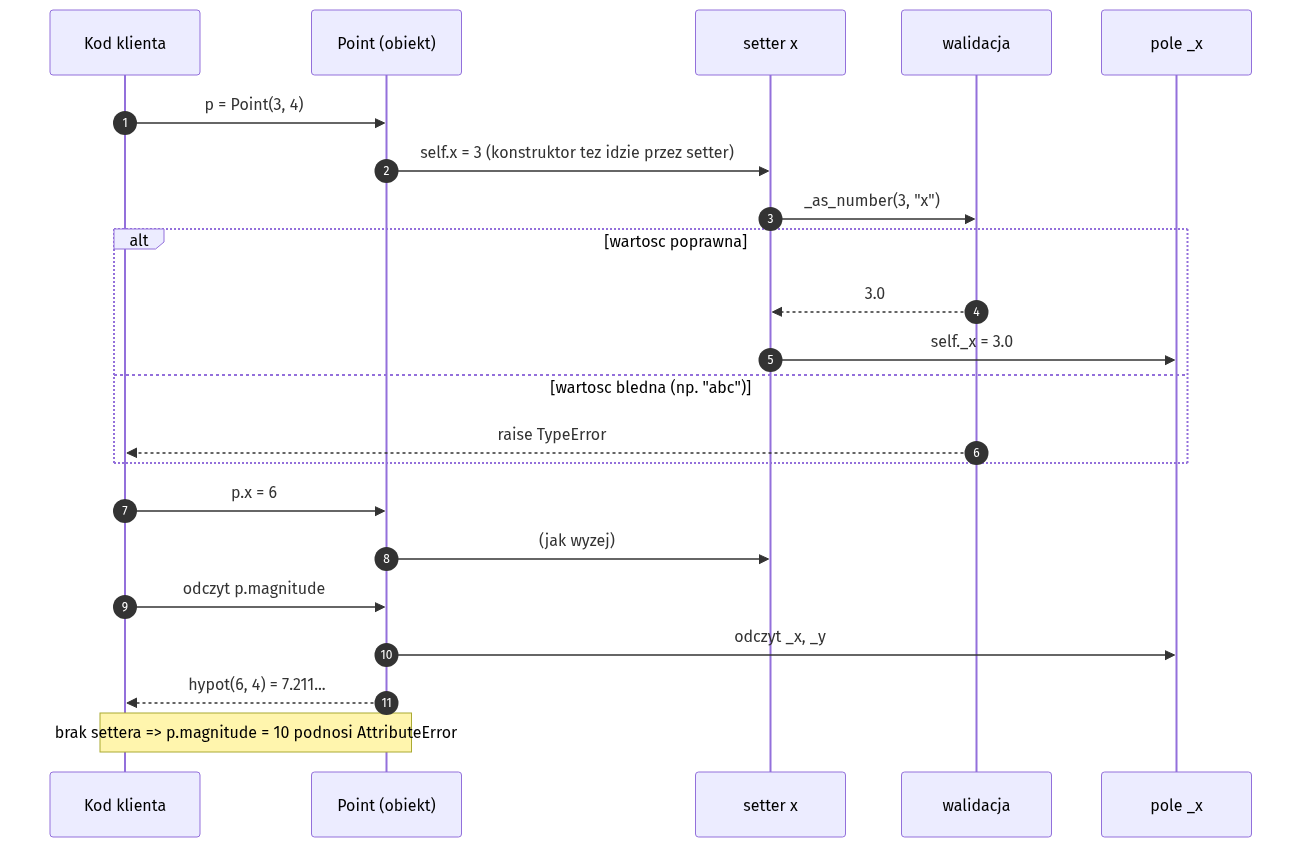
Before: src/01-OOP/02-encapsulation-property/diagrams/02-property-lifecycle.png, a diagram exported from Mermaid (tborzyszkowski/python-test). Its source is kept beside it as src/01-OOP/02-encapsulation-property/diagrams/02-property-lifecycle.mmd. Source of this version:
```mermaid
sequenceDiagram
    autonumber
    participant C as Kod klienta
    participant P as Point (obiekt)
    participant S as setter x
    participant V as walidacja
    participant F as pole _x

    C->>P: p = Point(3, 4)
    P->>S: self.x = 3 (konstruktor tez idzie przez setter)
    S->>V: _as_number(3, "x")
    alt wartosc poprawna
        V-->>S: 3.0
        S->>F: self._x = 3.0
    else wartosc bledna (np. "abc")
        V-->>C: raise TypeError
    end

    C->>P: p.x = 6
    P->>S: (jak wyzej)

    C->>P: odczyt p.magnitude
    P->>F: odczyt _x, _y
    P-->>C: hypot(6, 4) = 7.211...
    Note over C,P: brak settera => p.magnitude = 10 podnosi AttributeError
```
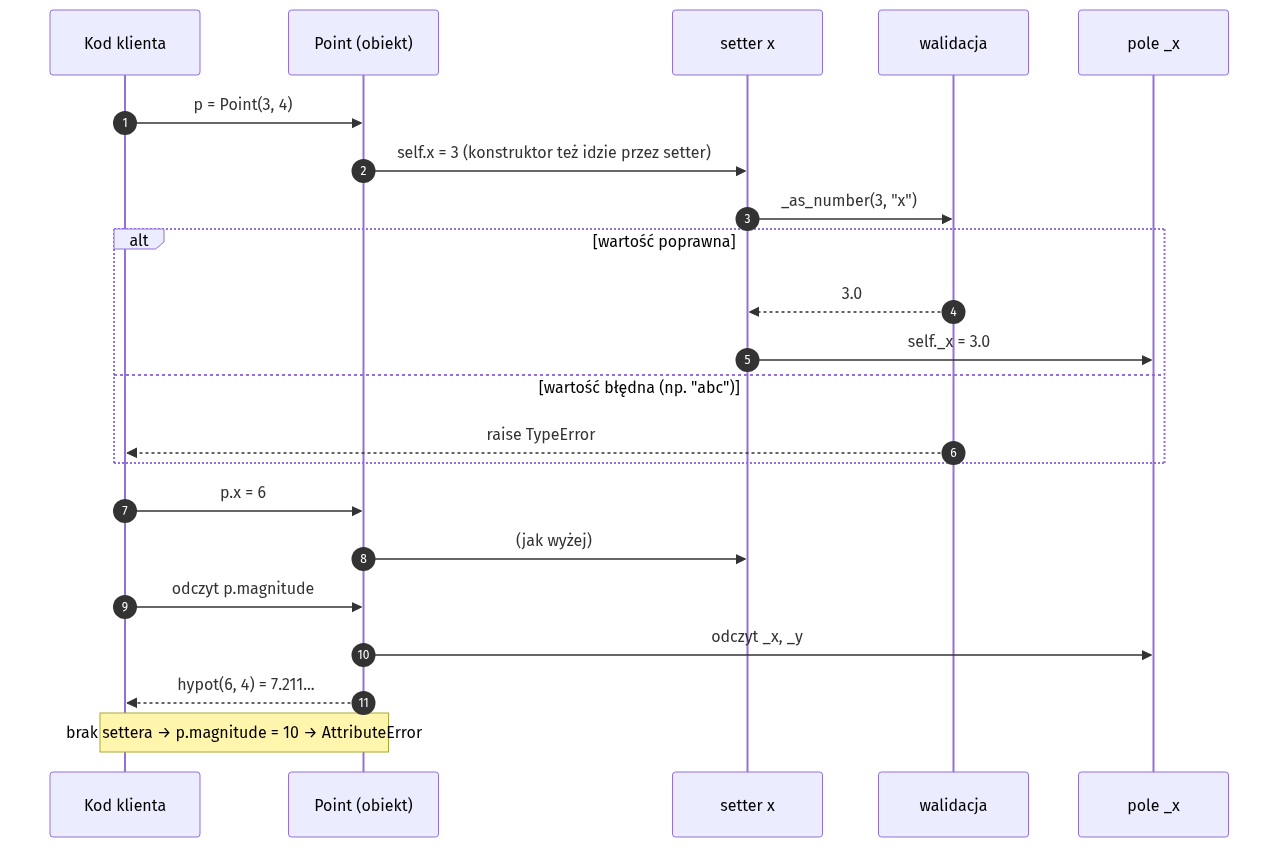
Above is the later version.

What changed in the source:
```diff
@@ -7,19 +7,19 @@
     participant F as pole _x
 
     C->>P: p = Point(3, 4)
-    P->>S: self.x = 3 (konstruktor tez idzie przez setter)
+    P->>S: self.x = 3  (konstruktor też idzie przez setter)
     S->>V: _as_number(3, "x")
-    alt wartosc poprawna
+    alt wartość poprawna
         V-->>S: 3.0
         S->>F: self._x = 3.0
-    else wartosc bledna (np. "abc")
+    else wartość błędna (np. "abc")
         V-->>C: raise TypeError
     end
 
     C->>P: p.x = 6
-    P->>S: (jak wyzej)
+    P->>S: (jak wyżej)
 
     C->>P: odczyt p.magnitude
     P->>F: odczyt _x, _y
     P-->>C: hypot(6, 4) = 7.211...
-    Note over C,P: brak settera => p.magnitude = 10 podnosi AttributeError
+    Note over C,P: brak settera → p.magnitude = 10 → AttributeError
```
